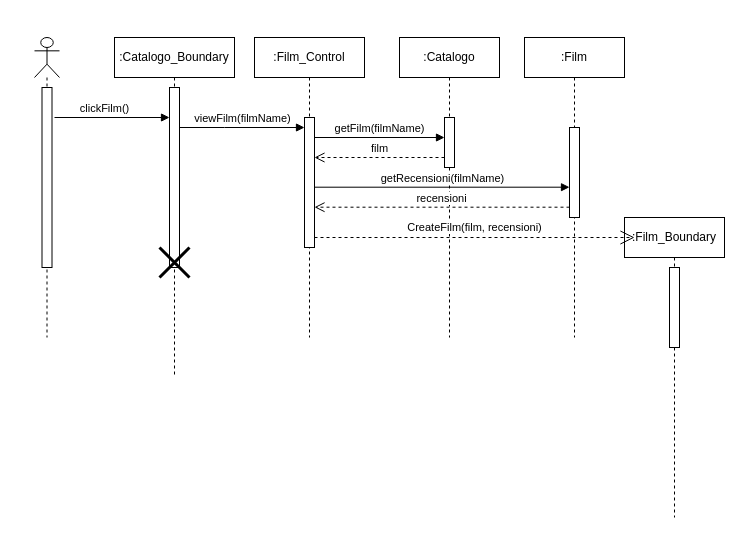
Earlier version of the draw.io diagram New Diagrams/Sequence Diagrams/UC04 Visualizzazione Dettagli Film.drawio (superfra01/Rated). Source tidied: cells renumbered, new cells numbered last; positions are measured from the earlier drawing's top-left corner, leaving out a move shared by most shapes. Both pictures are drawn from the tidied source at 100%, with x=0, y=0 at pixel (34, 37).
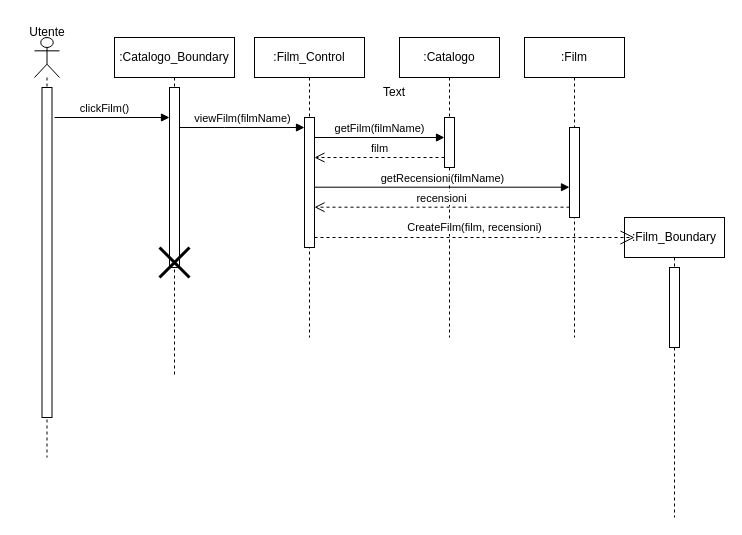
After the change.

Diff of the diagram source:
```diff
@@
     <mxCell id="2" style="shape=umlLifeline;perimeter=lifelinePerimeter;whiteSpace=wrap;html=1;newEdgeStyle={&quot;curved&quot;:0,&quot;rounded&quot;:0};participant=umlActor;" parent="1" vertex="1">
-      <mxGeometry width="25" height="300" as="geometry" />
+      <mxGeometry width="25" height="420" as="geometry" />
     </mxCell>
     <mxCell id="3" style="html=1;perimeter=orthogonalPerimeter;targetShapes=umlLifeline;newEdgeStyle={&quot;curved&quot;:0,&quot;rounded&quot;:0};" parent="2" vertex="1">
-      <mxGeometry x="7.5" y="50" width="10" height="180" as="geometry" />
+      <mxGeometry x="7.5" y="50" width="10" height="330" as="geometry" />
     </mxCell>
@@
+    <mxCell id="22" value="Text" style="text;html=1;align=center;verticalAlign=middle;whiteSpace=wrap;rounded=0;" parent="1" vertex="1">
+      <mxGeometry x="330" y="40" width="60" height="30" as="geometry" />
+    </mxCell>
+    <mxCell id="23" value="Utente" style="text;html=1;align=center;verticalAlign=middle;whiteSpace=wrap;rounded=0;" parent="1" vertex="1">
+      <mxGeometry x="-17.5" y="-20" width="60" height="30" as="geometry" />
+    </mxCell>
```
